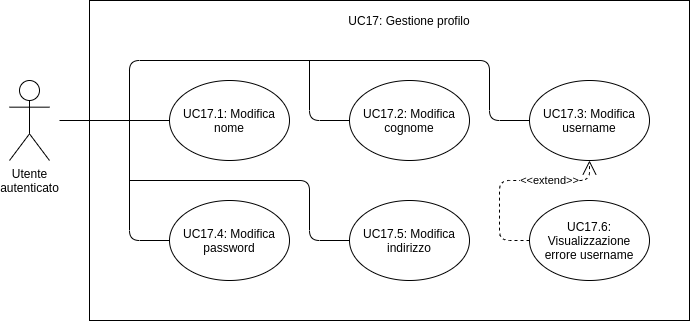
Before: Images/AnalisiRequisiti/UC17.png, a diagram exported from draw.io (techsweave/TechSWEaveDocumentation). Source tidied: cells renumbered, new cells last; positions are measured from the earlier drawing's top-left corner, leaving out a move shared by most shapes. Its diagram source:
```xml
<mxGraphModel>
  <root>
    <mxCell id="0" />
    <mxCell id="1" parent="0" />
    <mxCell id="2" style="rounded=0;whiteSpace=wrap;html=1;fillColor=none;" parent="1" vertex="1">
      <mxGeometry x="80" width="600" height="320" as="geometry" />
    </mxCell>
    <mxCell id="3" value="Utente&lt;br&gt;autenticato" style="shape=umlActor;verticalLabelPosition=bottom;verticalAlign=top;html=1;" parent="1" vertex="1">
      <mxGeometry y="80" width="40" height="80" as="geometry" />
    </mxCell>
    <mxCell id="4" value="UC17: Gestione profilo" style="text;html=1;strokeColor=none;fillColor=none;align=center;verticalAlign=middle;whiteSpace=wrap;rounded=0;" parent="1" vertex="1">
      <mxGeometry x="330" y="10" width="140" height="20" as="geometry" />
    </mxCell>
    <mxCell id="5" style="endArrow=none;html=1;entryX=0;entryY=0.5;entryDx=0;entryDy=0;" parent="1" edge="1" target="6">
      <mxGeometry relative="1" as="geometry">
        <mxPoint x="50" y="120" as="sourcePoint" />
      </mxGeometry>
    </mxCell>
    <mxCell id="6" value="UC17.1: Modifica nome" style="ellipse;whiteSpace=wrap;html=1;fillColor=none;" parent="1" vertex="1">
      <mxGeometry x="160" y="80" width="120" height="80" as="geometry" />
    </mxCell>
    <mxCell id="7" style="endArrow=none;html=1;" parent="1" edge="1">
      <mxGeometry relative="1" as="geometry">
        <mxPoint x="120" y="120" as="sourcePoint" />
        <mxPoint x="160" y="240" as="targetPoint" />
        <Array as="points">
          <mxPoint x="120" y="240" />
        </Array>
      </mxGeometry>
    </mxCell>
    <mxCell id="8" value="&lt;span&gt;UC17.4:&amp;nbsp;Modifica password&lt;/span&gt;" style="ellipse;whiteSpace=wrap;html=1;fillColor=none;" parent="1" vertex="1">
      <mxGeometry x="160" y="200" width="120" height="80" as="geometry" />
    </mxCell>
    <mxCell id="9" style="endArrow=none;html=1;entryX=0;entryY=0.5;entryDx=0;entryDy=0;" parent="1" edge="1" target="10">
      <mxGeometry relative="1" as="geometry">
        <mxPoint x="120" y="120" as="sourcePoint" />
        <Array as="points">
          <mxPoint x="120" y="60" />
          <mxPoint x="480" y="60" />
          <mxPoint x="480" y="120" />
        </Array>
      </mxGeometry>
    </mxCell>
    <mxCell id="10" value="&lt;span&gt;UC17.3:&amp;nbsp;Modifica username&lt;/span&gt;" style="ellipse;whiteSpace=wrap;html=1;fillColor=none;" parent="1" vertex="1">
      <mxGeometry x="520" y="80" width="120" height="80" as="geometry" />
    </mxCell>
    <mxCell id="11" value="&lt;span&gt;UC17.5:&amp;nbsp;Modifica indirizzo&lt;/span&gt;" style="ellipse;whiteSpace=wrap;html=1;fillColor=none;" parent="1" vertex="1">
      <mxGeometry x="340" y="200" width="120" height="80" as="geometry" />
    </mxCell>
    <mxCell id="12" style="endArrow=none;html=1;entryX=0;entryY=0.5;entryDx=0;entryDy=0;" parent="1" edge="1" target="11">
      <mxGeometry relative="1" as="geometry">
        <mxPoint x="120" y="180" as="sourcePoint" />
        <Array as="points">
          <mxPoint x="300" y="180" />
          <mxPoint x="300" y="240" />
        </Array>
      </mxGeometry>
    </mxCell>
    <mxCell id="13" value="UC17.2:&amp;nbsp;Modifica cognome" style="ellipse;whiteSpace=wrap;html=1;fillColor=none;" parent="1" vertex="1">
      <mxGeometry x="340" y="80" width="120" height="80" as="geometry" />
    </mxCell>
    <mxCell id="14" style="endArrow=none;html=1;exitX=0;exitY=0.5;exitDx=0;exitDy=0;" parent="1" edge="1" source="13">
      <mxGeometry relative="1" as="geometry">
        <mxPoint x="300" y="60" as="targetPoint" />
        <Array as="points">
          <mxPoint x="300" y="120" />
        </Array>
      </mxGeometry>
    </mxCell>
    <mxCell id="15" value="&lt;span&gt;UC17.6: Visualizzazione&lt;br&gt;errore username&lt;/span&gt;" style="ellipse;whiteSpace=wrap;html=1;fillColor=none;" parent="1" vertex="1">
      <mxGeometry x="520" y="200" width="120" height="80" as="geometry" />
    </mxCell>
    <mxCell id="16" value="&amp;lt;&amp;lt;extend&amp;gt;&amp;gt;" style="endArrow=open;endSize=12;dashed=1;html=1;entryX=0.5;entryY=1;entryDx=0;entryDy=0;exitX=0;exitY=0.5;exitDx=0;exitDy=0;" parent="1" edge="1" source="15" target="10">
      <mxGeometry x="0.4" relative="1" as="geometry">
        <Array as="points">
          <mxPoint x="490" y="240" />
          <mxPoint x="490" y="180" />
          <mxPoint x="580" y="180" />
        </Array>
      </mxGeometry>
    </mxCell>
  </root>
</mxGraphModel>
```
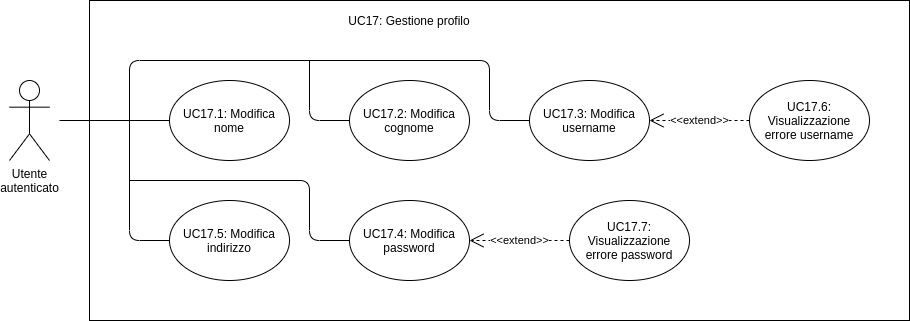
The same file after the commit.

The edit, as a diff of the source:
```diff
@@ -3,7 +3,7 @@
     <mxCell id="0" />
     <mxCell id="1" parent="0" />
     <mxCell id="2" style="rounded=0;whiteSpace=wrap;html=1;fillColor=none;" parent="1" vertex="1">
-      <mxGeometry x="80" width="600" height="320" as="geometry" />
+      <mxGeometry x="80" width="820" height="320" as="geometry" />
     </mxCell>
     <mxCell id="3" value="Utente&lt;br&gt;autenticato" style="shape=umlActor;verticalLabelPosition=bottom;verticalAlign=top;html=1;" parent="1" vertex="1">
       <mxGeometry y="80" width="40" height="80" as="geometry" />
@@ -29,7 +29,7 @@
       </mxGeometry>
     </mxCell>
     <mxCell id="8" value="&lt;span&gt;UC17.4:&amp;nbsp;Modifica password&lt;/span&gt;" style="ellipse;whiteSpace=wrap;html=1;fillColor=none;" parent="1" vertex="1">
-      <mxGeometry x="160" y="200" width="120" height="80" as="geometry" />
+      <mxGeometry x="340" y="200" width="120" height="80" as="geometry" />
     </mxCell>
     <mxCell id="9" style="endArrow=none;html=1;entryX=0;entryY=0.5;entryDx=0;entryDy=0;" parent="1" edge="1" target="10">
       <mxGeometry relative="1" as="geometry">
@@ -45,9 +45,9 @@
       <mxGeometry x="520" y="80" width="120" height="80" as="geometry" />
     </mxCell>
     <mxCell id="11" value="&lt;span&gt;UC17.5:&amp;nbsp;Modifica indirizzo&lt;/span&gt;" style="ellipse;whiteSpace=wrap;html=1;fillColor=none;" parent="1" vertex="1">
-      <mxGeometry x="340" y="200" width="120" height="80" as="geometry" />
+      <mxGeometry x="160" y="200" width="120" height="80" as="geometry" />
     </mxCell>
-    <mxCell id="12" style="endArrow=none;html=1;entryX=0;entryY=0.5;entryDx=0;entryDy=0;" parent="1" edge="1" target="11">
+    <mxCell id="12" style="endArrow=none;html=1;entryX=0;entryY=0.5;entryDx=0;entryDy=0;" parent="1" edge="1" target="8">
       <mxGeometry relative="1" as="geometry">
         <mxPoint x="120" y="180" as="sourcePoint" />
         <Array as="points">
@@ -68,16 +68,18 @@
       </mxGeometry>
     </mxCell>
     <mxCell id="15" value="&lt;span&gt;UC17.6: Visualizzazione&lt;br&gt;errore username&lt;/span&gt;" style="ellipse;whiteSpace=wrap;html=1;fillColor=none;" parent="1" vertex="1">
-      <mxGeometry x="520" y="200" width="120" height="80" as="geometry" />
+      <mxGeometry x="740" y="80" width="120" height="80" as="geometry" />
     </mxCell>
-    <mxCell id="16" value="&amp;lt;&amp;lt;extend&amp;gt;&amp;gt;" style="endArrow=open;endSize=12;dashed=1;html=1;entryX=0.5;entryY=1;entryDx=0;entryDy=0;exitX=0;exitY=0.5;exitDx=0;exitDy=0;" parent="1" edge="1" source="15" target="10">
-      <mxGeometry x="0.4" relative="1" as="geometry">
-        <Array as="points">
-          <mxPoint x="490" y="240" />
-          <mxPoint x="490" y="180" />
-          <mxPoint x="580" y="180" />
-        </Array>
-      </mxGeometry>
+    <mxCell id="16" value="&amp;lt;&amp;lt;extend&amp;gt;&amp;gt;" style="endArrow=open;endSize=12;dashed=1;html=1;entryX=1;entryY=0.5;entryDx=0;entryDy=0;exitX=0;exitY=0.5;exitDx=0;exitDy=0;" parent="1" edge="1" source="15" target="10">
+      <mxGeometry relative="1" as="geometry" />
     </mxCell>
+    <mxCell id="17" value="&lt;span&gt;UC17.7: Visualizzazione&lt;br&gt;errore password&lt;/span&gt;" style="ellipse;whiteSpace=wrap;html=1;fillColor=none;" parent="1" vertex="1">
+      <mxGeometry x="560" y="200" width="120" height="80" as="geometry" />
+    </mxCell>
+    <mxCell id="18" value="&amp;lt;&amp;lt;extend&amp;gt;&amp;gt;" style="endArrow=open;endSize=12;dashed=1;html=1;entryX=1;entryY=0.5;entryDx=0;entryDy=0;exitX=0;exitY=0.5;exitDx=0;exitDy=0;" parent="1" edge="1" source="17">
+      <mxGeometry relative="1" as="geometry">
+        <mxPoint x="460" y="240" as="targetPoint" />
+      </mxGeometry>
+    </mxCell>
   </root>
 </mxGraphModel>
```
